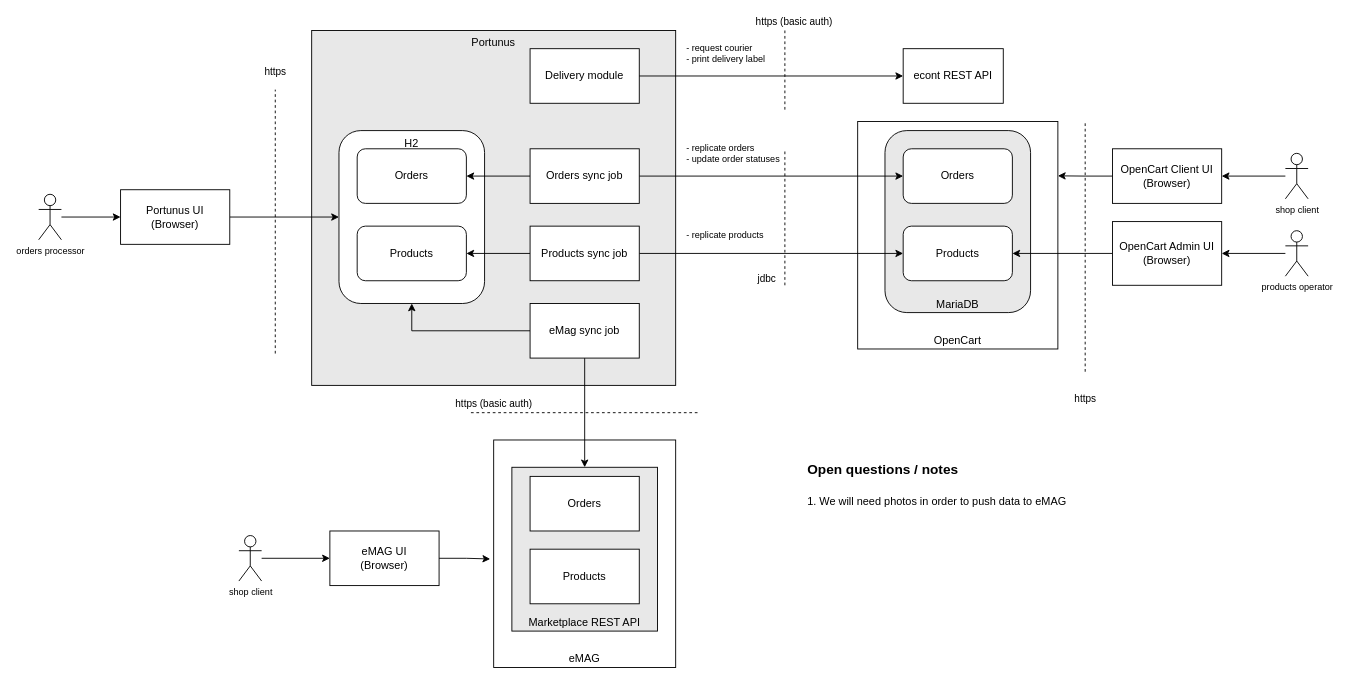
Above: design/portunus.drawio in codbex/codbex-electra (draw.io), before the change. Source tidied: cells renumbered, new cells numbered last; positions are measured from the earlier drawing's top-left corner, leaving out a move shared by most shapes. Both pictures are drawn from the tidied source at 91%, with x=0, y=0 at pixel (38, 30).
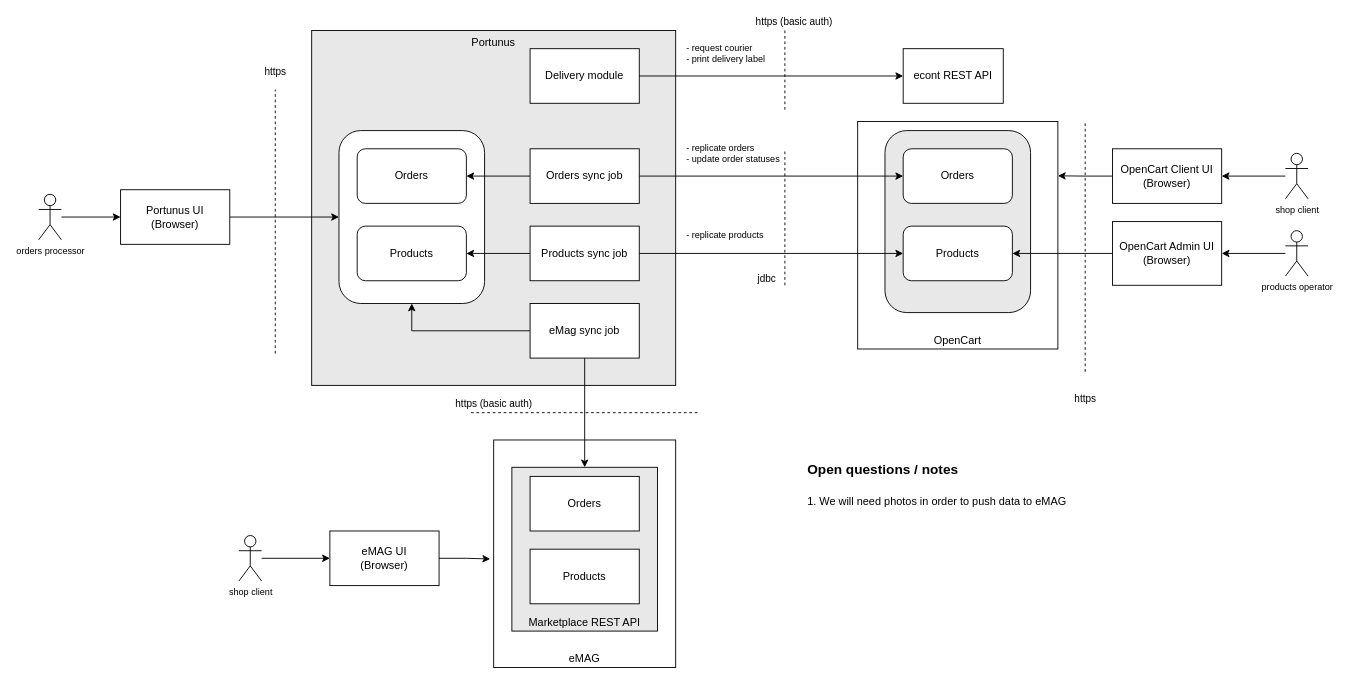
The same diagram, later.

Change to the diagram source:
```diff
@@
-    <mxCell id="7" value="H2" style="rounded=1;whiteSpace=wrap;html=1;verticalAlign=top;fillColor=default;" parent="1" vertex="1">
+    <mxCell id="7" style="rounded=1;whiteSpace=wrap;html=1;verticalAlign=top;fillColor=default;" parent="1" vertex="1">
       <mxGeometry x="330" y="110" width="160" height="190" as="geometry" />
     </mxCell>
@@
-    <mxCell id="11" value="MariaDB" style="rounded=1;whiteSpace=wrap;html=1;verticalAlign=bottom;fillColor=#E8E8E8;" parent="1" vertex="1">
+    <mxCell id="11" style="rounded=1;whiteSpace=wrap;html=1;verticalAlign=bottom;fillColor=#E8E8E8;" parent="1" vertex="1">
       <mxGeometry x="930" y="110" width="160" height="200" as="geometry" />
     </mxCell>
```
